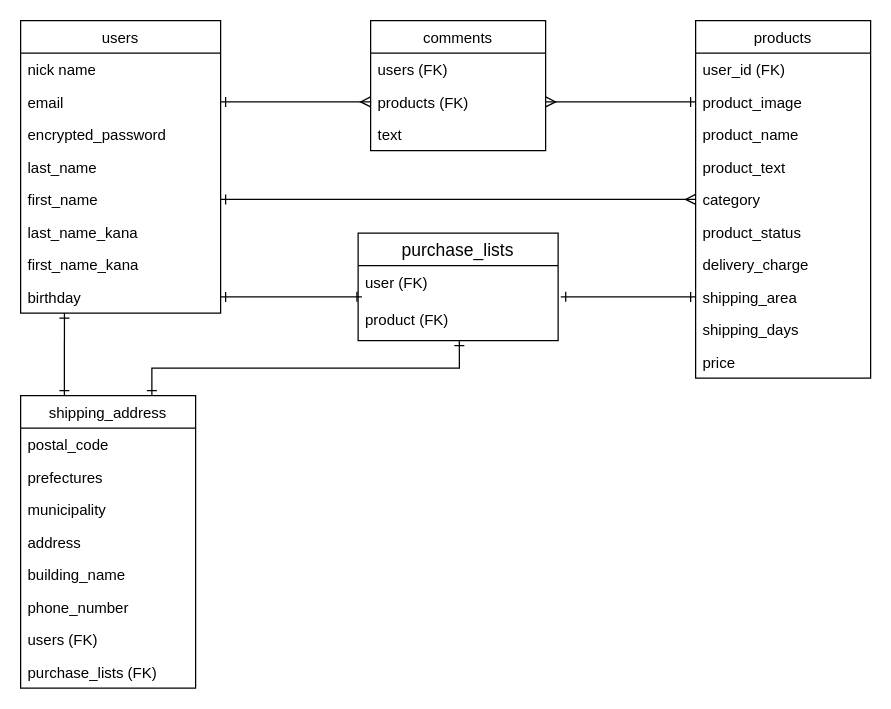
Above: furima.dio in yosuke-76/furima-36093 (draw.io), before the change. Source tidied: cells renumbered, new cells numbered last; positions are measured from the earlier drawing's top-left corner, leaving out a move shared by most shapes. Both pictures are drawn from the tidied source at 125%, with x=0, y=0 at pixel (20, 20).
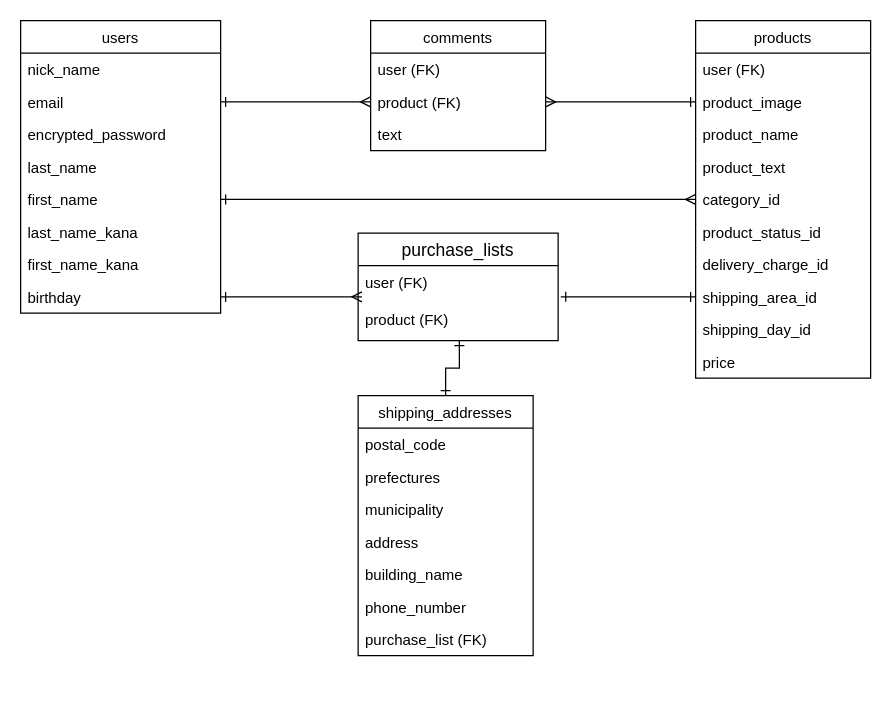
The same diagram, later.

Unchanged cells that the change refers to:
```xml
<mxCell id="2" value="users" style="swimlane;fontStyle=0;horizontal=1;startSize=26;" parent="1" vertex="1">
  <mxGeometry width="160" height="234" as="geometry" />
</mxCell>
<mxCell id="10" value="birthday" style="text;strokeColor=none;fillColor=none;align=left;verticalAlign=top;spacingLeft=4;spacingRight=4;overflow=hidden;points=[[0,0.5],[1,0.5]];portConstraint=eastwest;" parent="2" vertex="1">
  <mxGeometry y="208" width="160" height="26" as="geometry" />
</mxCell>
<mxCell id="11" value="products" style="swimlane;fontStyle=0;horizontal=1;startSize=26;" parent="1" vertex="1">
  <mxGeometry x="540" width="140" height="286" as="geometry" />
</mxCell>
<mxCell id="33" value="comments" style="swimlane;fontStyle=0;horizontal=1;startSize=26;" parent="1" vertex="1">
  <mxGeometry x="280" width="140" height="104" as="geometry" />
</mxCell>
<mxCell id="42" value="product (FK)" style="text;strokeColor=none;fillColor=none;spacingLeft=4;spacingRight=4;overflow=hidden;points=[[0,0.5],[1,0.5]];portConstraint=eastwest;fontSize=12;" parent="40" vertex="1">
  <mxGeometry y="56" width="160" height="30" as="geometry" />
</mxCell>
```

Change to the diagram source:
```diff
@@
-    <mxCell id="3" value="nick name" style="text;strokeColor=none;fillColor=none;align=left;verticalAlign=top;spacingLeft=4;spacingRight=4;overflow=hidden;" parent="2" vertex="1">
+    <mxCell id="3" value="nick_name" style="text;strokeColor=none;fillColor=none;align=left;verticalAlign=top;spacingLeft=4;spacingRight=4;overflow=hidden;" parent="2" vertex="1">
       <mxGeometry y="26" width="160" height="26" as="geometry" />
     </mxCell>
@@
-    <mxCell id="12" value="user_id (FK)" style="text;strokeColor=none;fillColor=none;align=left;verticalAlign=top;spacingLeft=4;spacingRight=4;overflow=hidden;" parent="11" vertex="1">
+    <mxCell id="12" value="user (FK)" style="text;strokeColor=none;fillColor=none;align=left;verticalAlign=top;spacingLeft=4;spacingRight=4;overflow=hidden;" parent="11" vertex="1">
       <mxGeometry y="26" width="140" height="26" as="geometry" />
     </mxCell>
@@
-    <mxCell id="16" value="category " style="text;strokeColor=none;fillColor=none;align=left;verticalAlign=top;spacingLeft=4;spacingRight=4;overflow=hidden;points=[[0,0.5],[1,0.5]];portConstraint=eastwest;" parent="11" vertex="1">
+    <mxCell id="16" value="category_id" style="text;strokeColor=none;fillColor=none;align=left;verticalAlign=top;spacingLeft=4;spacingRight=4;overflow=hidden;points=[[0,0.5],[1,0.5]];portConstraint=eastwest;" parent="11" vertex="1">
       <mxGeometry y="130" width="140" height="26" as="geometry" />
     </mxCell>
-    <mxCell id="17" value="product_status" style="text;strokeColor=none;fillColor=none;align=left;verticalAlign=top;spacingLeft=4;spacingRight=4;overflow=hidden;" parent="11" vertex="1">
+    <mxCell id="17" value="product_status_id" style="text;strokeColor=none;fillColor=none;align=left;verticalAlign=top;spacingLeft=4;spacingRight=4;overflow=hidden;" parent="11" vertex="1">
       <mxGeometry y="156" width="140" height="26" as="geometry" />
     </mxCell>
-    <mxCell id="18" value="delivery_charge" style="text;strokeColor=none;fillColor=none;align=left;verticalAlign=top;spacingLeft=4;spacingRight=4;overflow=hidden;" parent="11" vertex="1">
+    <mxCell id="18" value="delivery_charge_id" style="text;strokeColor=none;fillColor=none;align=left;verticalAlign=top;spacingLeft=4;spacingRight=4;overflow=hidden;" parent="11" vertex="1">
       <mxGeometry y="182" width="140" height="26" as="geometry" />
     </mxCell>
-    <mxCell id="19" value="shipping_area" style="text;strokeColor=none;fillColor=none;align=left;verticalAlign=top;spacingLeft=4;spacingRight=4;overflow=hidden;points=[[0,0.5],[1,0.5]];portConstraint=eastwest;" parent="11" vertex="1">
+    <mxCell id="19" value="shipping_area_id" style="text;strokeColor=none;fillColor=none;align=left;verticalAlign=top;spacingLeft=4;spacingRight=4;overflow=hidden;points=[[0,0.5],[1,0.5]];portConstraint=eastwest;" parent="11" vertex="1">
       <mxGeometry y="208" width="140" height="26" as="geometry" />
     </mxCell>
-    <mxCell id="20" value="shipping_days" style="text;strokeColor=none;fillColor=none;align=left;verticalAlign=top;spacingLeft=4;spacingRight=4;overflow=hidden;" parent="11" vertex="1">
+    <mxCell id="20" value="shipping_day_id" style="text;strokeColor=none;fillColor=none;align=left;verticalAlign=top;spacingLeft=4;spacingRight=4;overflow=hidden;" parent="11" vertex="1">
       <mxGeometry y="234" width="140" height="26" as="geometry" />
     </mxCell>
@@
-    <mxCell id="22" style="edgeStyle=orthogonalEdgeStyle;rounded=0;jettySize=auto;html=1;exitX=0.25;exitY=0;exitDx=0;exitDy=0;entryX=0.219;entryY=1;entryDx=0;entryDy=0;entryPerimeter=0;startArrow=ERone;startFill=0;endArrow=ERone;endFill=0;" parent="1" edge="1" source="24" target="10">
-      <mxGeometry relative="1" as="geometry" />
-    </mxCell>
-    <mxCell id="23" style="edgeStyle=orthogonalEdgeStyle;rounded=0;jettySize=auto;html=1;exitX=0.75;exitY=0;exitDx=0;exitDy=0;entryX=0.506;entryY=1;entryDx=0;entryDy=0;entryPerimeter=0;endArrow=ERone;endFill=0;startArrow=ERone;startFill=0;" parent="1" edge="1" source="24" target="42">
+    <mxCell id="23" style="edgeStyle=orthogonalEdgeStyle;rounded=0;jettySize=auto;html=1;exitX=0.5;exitY=0;exitDx=0;exitDy=0;entryX=0.506;entryY=1;entryDx=0;entryDy=0;entryPerimeter=0;endArrow=ERone;endFill=0;startArrow=ERone;startFill=0;" parent="1" edge="1" source="24" target="42">
       <mxGeometry relative="1" as="geometry" />
     </mxCell>
-    <mxCell id="24" value="shipping_address" style="swimlane;fontStyle=0;horizontal=1;startSize=26;" parent="1" vertex="1">
-      <mxGeometry y="300" width="140" height="234" as="geometry" />
+    <mxCell id="24" value="shipping_addresses" style="swimlane;fontStyle=0;horizontal=1;startSize=26;" parent="1" vertex="1">
+      <mxGeometry x="270" y="300" width="140" height="208" as="geometry" />
     </mxCell>
@@
-    <mxCell id="31" value="users (FK)" style="text;strokeColor=none;fillColor=none;align=left;verticalAlign=top;spacingLeft=4;spacingRight=4;overflow=hidden;" parent="24" vertex="1">
-      <mxGeometry y="182" width="140" height="26" as="geometry" />
-    </mxCell>
-    <mxCell id="32" value="purchase_lists (FK)" style="text;strokeColor=none;fillColor=none;align=left;verticalAlign=top;spacingLeft=4;spacingRight=4;overflow=hidden;" parent="24" vertex="1">
-      <mxGeometry y="208" width="140" height="26" as="geometry" />
+    <mxCell id="32" value="purchase_list (FK)" style="text;strokeColor=none;fillColor=none;align=left;verticalAlign=top;spacingLeft=4;spacingRight=4;overflow=hidden;" parent="24" vertex="1">
+      <mxGeometry y="182" width="140" height="26" as="geometry" />
     </mxCell>
@@
-    <mxCell id="34" value="users (FK)" style="text;strokeColor=none;fillColor=none;align=left;verticalAlign=top;spacingLeft=4;spacingRight=4;overflow=hidden;" parent="33" vertex="1">
+    <mxCell id="34" value="user (FK)" style="text;strokeColor=none;fillColor=none;align=left;verticalAlign=top;spacingLeft=4;spacingRight=4;overflow=hidden;" parent="33" vertex="1">
       <mxGeometry y="26" width="140" height="26" as="geometry" />
     </mxCell>
-    <mxCell id="35" value="products (FK)" style="text;strokeColor=none;fillColor=none;align=left;verticalAlign=top;spacingLeft=4;spacingRight=4;overflow=hidden;points=[[0,0.5],[1,0.5]];portConstraint=eastwest;" parent="33" vertex="1">
+    <mxCell id="35" value="product (FK)" style="text;strokeColor=none;fillColor=none;align=left;verticalAlign=top;spacingLeft=4;spacingRight=4;overflow=hidden;points=[[0,0.5],[1,0.5]];portConstraint=eastwest;" parent="33" vertex="1">
       <mxGeometry y="52" width="140" height="26" as="geometry" />
     </mxCell>
@@
-    <mxCell id="43" style="edgeStyle=orthogonalEdgeStyle;rounded=0;jettySize=auto;html=1;exitX=1;exitY=0.5;exitDx=0;exitDy=0;entryX=0.019;entryY=-0.167;entryDx=0;entryDy=0;entryPerimeter=0;startArrow=ERone;startFill=0;endArrow=ERone;endFill=0;" parent="1" edge="1" source="10" target="42">
+    <mxCell id="43" style="edgeStyle=orthogonalEdgeStyle;rounded=0;jettySize=auto;html=1;exitX=1;exitY=0.5;exitDx=0;exitDy=0;entryX=0.019;entryY=-0.167;entryDx=0;entryDy=0;entryPerimeter=0;startArrow=ERone;startFill=0;endArrow=ERmany;endFill=0;" parent="1" edge="1" source="10" target="42">
       <mxGeometry relative="1" as="geometry" />
     </mxCell>
```
